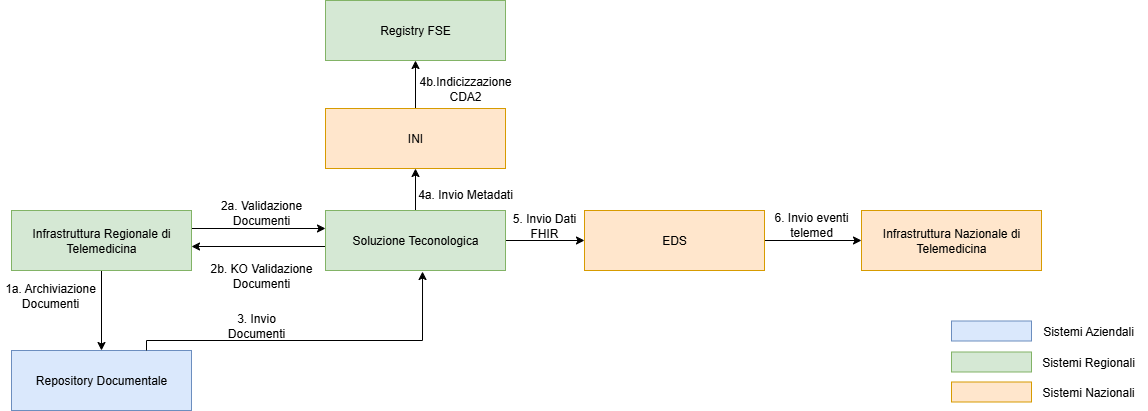
Earlier version of the draw.io export input/images/Flusso_Dati_PNT_IRT_v5.png (hl7-it/televisita). Source tidied: cells renumbered, new cells last; positions are measured from the earlier drawing's top-left corner, leaving out a move shared by most shapes. The source it was exported from:
```xml
<mxGraphModel>
  <root>
    <mxCell id="0" />
    <mxCell id="1" parent="0" />
    <mxCell id="2" style="edgeStyle=orthogonalEdgeStyle;rounded=0;jettySize=auto;html=1;exitX=0.5;exitY=1;exitDx=0;exitDy=0;entryX=0.5;entryY=0;entryDx=0;entryDy=0;" parent="1" edge="1" source="4" target="5">
      <mxGeometry relative="1" as="geometry" />
    </mxCell>
    <mxCell id="3" style="edgeStyle=orthogonalEdgeStyle;rounded=0;orthogonalLoop=1;jettySize=auto;html=1;exitX=1;exitY=0.25;exitDx=0;exitDy=0;entryX=0;entryY=0.25;entryDx=0;entryDy=0;" parent="1" edge="1">
      <mxGeometry relative="1" as="geometry">
        <mxPoint x="191" y="228" as="sourcePoint" />
        <mxPoint x="325" y="228" as="targetPoint" />
      </mxGeometry>
    </mxCell>
    <mxCell id="4" value="Infrastruttura Regionale di Telemedicina" style="rounded=0;whiteSpace=wrap;html=1;fillColor=#d5e8d4;strokeColor=#82b366;" parent="1" vertex="1">
      <mxGeometry x="11" y="210" width="180" height="60" as="geometry" />
    </mxCell>
    <mxCell id="5" value="Repository Documentale" style="rounded=0;whiteSpace=wrap;html=1;fillColor=#dae8fc;strokeColor=#6c8ebf;" parent="1" vertex="1">
      <mxGeometry x="11" y="350" width="180" height="60" as="geometry" />
    </mxCell>
    <mxCell id="6" value="1a. Archiviazione Documenti" style="text;html=1;align=center;verticalAlign=middle;whiteSpace=wrap;rounded=0;" parent="1" vertex="1">
      <mxGeometry y="280" width="100" height="30" as="geometry" />
    </mxCell>
    <mxCell id="7" style="edgeStyle=orthogonalEdgeStyle;rounded=0;orthogonalLoop=1;jettySize=auto;html=1;exitX=0;exitY=0.75;exitDx=0;exitDy=0;entryX=1;entryY=0.75;entryDx=0;entryDy=0;" parent="1" edge="1">
      <mxGeometry relative="1" as="geometry">
        <mxPoint x="341" y="246" as="sourcePoint" />
        <mxPoint x="191" y="246" as="targetPoint" />
      </mxGeometry>
    </mxCell>
    <mxCell id="8" style="edgeStyle=orthogonalEdgeStyle;rounded=0;jettySize=auto;html=1;exitX=0.5;exitY=0;exitDx=0;exitDy=0;entryX=0.5;entryY=1;entryDx=0;entryDy=0;" parent="1" edge="1" source="10" target="15">
      <mxGeometry relative="1" as="geometry" />
    </mxCell>
    <mxCell id="9" style="edgeStyle=orthogonalEdgeStyle;rounded=0;jettySize=auto;html=1;exitX=1;exitY=0.5;exitDx=0;exitDy=0;entryX=0;entryY=0.5;entryDx=0;entryDy=0;" parent="1" edge="1" source="10" target="20">
      <mxGeometry relative="1" as="geometry" />
    </mxCell>
    <mxCell id="10" value="Soluzione Teconologica" style="rounded=0;whiteSpace=wrap;html=1;fillColor=#d5e8d4;strokeColor=#82b366;" parent="1" vertex="1">
      <mxGeometry x="325" y="210" width="180" height="60" as="geometry" />
    </mxCell>
    <mxCell id="11" style="edgeStyle=orthogonalEdgeStyle;rounded=0;jettySize=auto;html=1;exitX=0.75;exitY=0;exitDx=0;exitDy=0;entryX=0.539;entryY=1.017;entryDx=0;entryDy=0;entryPerimeter=0;" parent="1" edge="1" source="5" target="10">
      <mxGeometry relative="1" as="geometry">
        <Array as="points">
          <mxPoint x="146" y="340" />
          <mxPoint x="422" y="340" />
        </Array>
      </mxGeometry>
    </mxCell>
    <mxCell id="12" value="3. Invio Documenti" style="text;html=1;align=center;verticalAlign=middle;whiteSpace=wrap;rounded=0;" parent="1" vertex="1">
      <mxGeometry x="206" y="310" width="100" height="30" as="geometry" />
    </mxCell>
    <mxCell id="13" value="2a. Validazione Documenti" style="text;html=1;align=center;verticalAlign=middle;whiteSpace=wrap;rounded=0;" parent="1" vertex="1">
      <mxGeometry x="211" y="197" width="100" height="30" as="geometry" />
    </mxCell>
    <mxCell id="14" style="edgeStyle=orthogonalEdgeStyle;rounded=0;jettySize=auto;html=1;exitX=0.5;exitY=0;exitDx=0;exitDy=0;entryX=0.5;entryY=1;entryDx=0;entryDy=0;entryPerimeter=0;" parent="1" edge="1" source="15" target="17">
      <mxGeometry relative="1" as="geometry" />
    </mxCell>
    <mxCell id="15" value="INI" style="rounded=0;whiteSpace=wrap;html=1;fillColor=#ffe6cc;strokeColor=#d79b00;" parent="1" vertex="1">
      <mxGeometry x="325" y="108" width="180" height="60" as="geometry" />
    </mxCell>
    <mxCell id="16" value="4a. Invio Metadati" style="text;html=1;align=center;verticalAlign=middle;whiteSpace=wrap;rounded=0;" parent="1" vertex="1">
      <mxGeometry x="415" y="179" width="100" height="30" as="geometry" />
    </mxCell>
    <mxCell id="17" value="Registry FSE" style="rounded=0;whiteSpace=wrap;html=1;fillColor=#d5e8d4;strokeColor=#82b366;" parent="1" vertex="1">
      <mxGeometry x="325" width="180" height="60" as="geometry" />
    </mxCell>
    <mxCell id="18" value="4b.Indicizzazione CDA2" style="text;html=1;align=center;verticalAlign=middle;whiteSpace=wrap;rounded=0;" parent="1" vertex="1">
      <mxGeometry x="415" y="73" width="100" height="30" as="geometry" />
    </mxCell>
    <mxCell id="19" style="edgeStyle=orthogonalEdgeStyle;rounded=0;jettySize=auto;html=1;exitX=1;exitY=0.5;exitDx=0;exitDy=0;" parent="1" edge="1" source="20" target="22">
      <mxGeometry relative="1" as="geometry" />
    </mxCell>
    <mxCell id="20" value="EDS" style="rounded=0;whiteSpace=wrap;html=1;fillColor=#ffe6cc;strokeColor=#d79b00;" parent="1" vertex="1">
      <mxGeometry x="584" y="210" width="180" height="60" as="geometry" />
    </mxCell>
    <mxCell id="21" value="5. Invio Dati FHIR" style="text;html=1;align=center;verticalAlign=middle;whiteSpace=wrap;rounded=0;" parent="1" vertex="1">
      <mxGeometry x="509" y="210" width="70" height="30" as="geometry" />
    </mxCell>
    <mxCell id="22" value="Infrastruttura Nazionale di Telemedicina" style="rounded=0;whiteSpace=wrap;html=1;fillColor=#ffe6cc;strokeColor=#d79b00;" parent="1" vertex="1">
      <mxGeometry x="861" y="210" width="180" height="60" as="geometry" />
    </mxCell>
    <mxCell id="23" value="6. Invio eventi telemed" style="text;html=1;align=center;verticalAlign=middle;whiteSpace=wrap;rounded=0;" parent="1" vertex="1">
      <mxGeometry x="767" y="209" width="88" height="30" as="geometry" />
    </mxCell>
    <mxCell id="24" style="rounded=0;whiteSpace=wrap;html=1;fillColor=#dae8fc;strokeColor=#6c8ebf;" parent="1" vertex="1">
      <mxGeometry x="951" y="320.5" width="80" height="20" as="geometry" />
    </mxCell>
    <mxCell id="25" value="Sistemi Aziendali" style="text;html=1;align=center;verticalAlign=middle;whiteSpace=wrap;rounded=0;" parent="1" vertex="1">
      <mxGeometry x="1028" y="315.5" width="120" height="30" as="geometry" />
    </mxCell>
    <mxCell id="26" style="rounded=0;whiteSpace=wrap;html=1;fillColor=#d5e8d4;strokeColor=#82b366;" parent="1" vertex="1">
      <mxGeometry x="951" y="351.5" width="80" height="20" as="geometry" />
    </mxCell>
    <mxCell id="27" value="Sistemi Regionali" style="text;html=1;align=center;verticalAlign=middle;whiteSpace=wrap;rounded=0;" parent="1" vertex="1">
      <mxGeometry x="1028" y="346.5" width="120" height="30" as="geometry" />
    </mxCell>
    <mxCell id="28" style="rounded=0;whiteSpace=wrap;html=1;fillColor=#ffe6cc;strokeColor=#d79b00;" parent="1" vertex="1">
      <mxGeometry x="951" y="381.5" width="80" height="20" as="geometry" />
    </mxCell>
    <mxCell id="29" value="Sistemi Nazionali" style="text;html=1;align=center;verticalAlign=middle;whiteSpace=wrap;rounded=0;" parent="1" vertex="1">
      <mxGeometry x="1028" y="376.5" width="120" height="30" as="geometry" />
    </mxCell>
    <mxCell id="30" value="2b. KO Validazione Documenti" style="text;html=1;align=center;verticalAlign=middle;whiteSpace=wrap;rounded=0;" parent="1" vertex="1">
      <mxGeometry x="206" y="260" width="110" height="30" as="geometry" />
    </mxCell>
  </root>
</mxGraphModel>
```
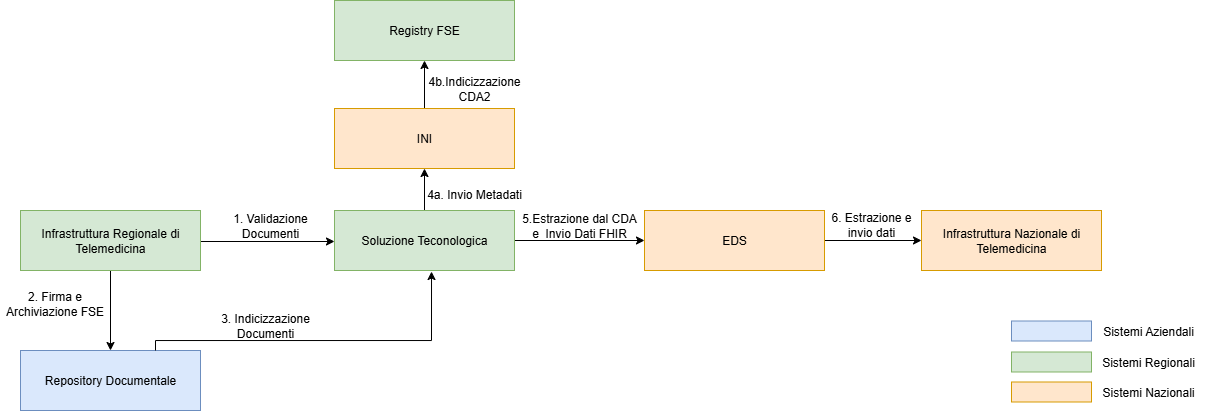
The same diagram one commit later.

Diff of the diagram source:
```diff
@@ -7,8 +7,8 @@
     </mxCell>
     <mxCell id="3" style="edgeStyle=orthogonalEdgeStyle;rounded=0;orthogonalLoop=1;jettySize=auto;html=1;exitX=1;exitY=0.25;exitDx=0;exitDy=0;entryX=0;entryY=0.25;entryDx=0;entryDy=0;" parent="1" edge="1">
       <mxGeometry relative="1" as="geometry">
-        <mxPoint x="191" y="228" as="sourcePoint" />
-        <mxPoint x="325" y="228" as="targetPoint" />
+        <mxPoint x="191" y="241" as="sourcePoint" />
+        <mxPoint x="325" y="241" as="targetPoint" />
       </mxGeometry>
     </mxCell>
     <mxCell id="4" value="Infrastruttura Regionale di Telemedicina" style="rounded=0;whiteSpace=wrap;html=1;fillColor=#d5e8d4;strokeColor=#82b366;" parent="1" vertex="1">
@@ -17,15 +17,9 @@
     <mxCell id="5" value="Repository Documentale" style="rounded=0;whiteSpace=wrap;html=1;fillColor=#dae8fc;strokeColor=#6c8ebf;" parent="1" vertex="1">
       <mxGeometry x="11" y="350" width="180" height="60" as="geometry" />
     </mxCell>
-    <mxCell id="6" value="1a. Archiviazione Documenti" style="text;html=1;align=center;verticalAlign=middle;whiteSpace=wrap;rounded=0;" parent="1" vertex="1">
-      <mxGeometry y="280" width="100" height="30" as="geometry" />
+    <mxCell id="6" value="2. Firma e Archiviazione FSE" style="text;html=1;align=center;verticalAlign=middle;whiteSpace=wrap;rounded=0;" parent="1" vertex="1">
+      <mxGeometry x="-9" y="288" width="109" height="30" as="geometry" />
     </mxCell>
-    <mxCell id="7" style="edgeStyle=orthogonalEdgeStyle;rounded=0;orthogonalLoop=1;jettySize=auto;html=1;exitX=0;exitY=0.75;exitDx=0;exitDy=0;entryX=1;entryY=0.75;entryDx=0;entryDy=0;" parent="1" edge="1">
-      <mxGeometry relative="1" as="geometry">
-        <mxPoint x="341" y="246" as="sourcePoint" />
-        <mxPoint x="191" y="246" as="targetPoint" />
-      </mxGeometry>
-    </mxCell>
     <mxCell id="8" style="edgeStyle=orthogonalEdgeStyle;rounded=0;jettySize=auto;html=1;exitX=0.5;exitY=0;exitDx=0;exitDy=0;entryX=0.5;entryY=1;entryDx=0;entryDy=0;" parent="1" edge="1" source="10" target="15">
       <mxGeometry relative="1" as="geometry" />
     </mxCell>
@@ -43,11 +37,11 @@
         </Array>
       </mxGeometry>
     </mxCell>
-    <mxCell id="12" value="3. Invio Documenti" style="text;html=1;align=center;verticalAlign=middle;whiteSpace=wrap;rounded=0;" parent="1" vertex="1">
+    <mxCell id="12" value="3. Indicizzazione Documenti" style="text;html=1;align=center;verticalAlign=middle;whiteSpace=wrap;rounded=0;" parent="1" vertex="1">
       <mxGeometry x="206" y="310" width="100" height="30" as="geometry" />
     </mxCell>
-    <mxCell id="13" value="2a. Validazione Documenti" style="text;html=1;align=center;verticalAlign=middle;whiteSpace=wrap;rounded=0;" parent="1" vertex="1">
-      <mxGeometry x="211" y="197" width="100" height="30" as="geometry" />
+    <mxCell id="13" value="1. Validazione Documenti" style="text;html=1;align=center;verticalAlign=middle;whiteSpace=wrap;rounded=0;" parent="1" vertex="1">
+      <mxGeometry x="211" y="210" width="100" height="30" as="geometry" />
     </mxCell>
     <mxCell id="14" style="edgeStyle=orthogonalEdgeStyle;rounded=0;jettySize=auto;html=1;exitX=0.5;exitY=0;exitDx=0;exitDy=0;entryX=0.5;entryY=1;entryDx=0;entryDy=0;entryPerimeter=0;" parent="1" edge="1" source="15" target="17">
       <mxGeometry relative="1" as="geometry" />
@@ -68,37 +62,34 @@
       <mxGeometry relative="1" as="geometry" />
     </mxCell>
     <mxCell id="20" value="EDS" style="rounded=0;whiteSpace=wrap;html=1;fillColor=#ffe6cc;strokeColor=#d79b00;" parent="1" vertex="1">
-      <mxGeometry x="584" y="210" width="180" height="60" as="geometry" />
+      <mxGeometry x="635" y="210" width="180" height="60" as="geometry" />
     </mxCell>
-    <mxCell id="21" value="5. Invio Dati FHIR" style="text;html=1;align=center;verticalAlign=middle;whiteSpace=wrap;rounded=0;" parent="1" vertex="1">
-      <mxGeometry x="509" y="210" width="70" height="30" as="geometry" />
+    <mxCell id="21" value="5.Estrazione dal CDA e&amp;nbsp; Invio Dati FHIR" style="text;html=1;align=center;verticalAlign=middle;whiteSpace=wrap;rounded=0;" parent="1" vertex="1">
+      <mxGeometry x="509" y="210" width="122" height="30" as="geometry" />
     </mxCell>
     <mxCell id="22" value="Infrastruttura Nazionale di Telemedicina" style="rounded=0;whiteSpace=wrap;html=1;fillColor=#ffe6cc;strokeColor=#d79b00;" parent="1" vertex="1">
-      <mxGeometry x="861" y="210" width="180" height="60" as="geometry" />
+      <mxGeometry x="912" y="210" width="180" height="60" as="geometry" />
     </mxCell>
-    <mxCell id="23" value="6. Invio eventi telemed" style="text;html=1;align=center;verticalAlign=middle;whiteSpace=wrap;rounded=0;" parent="1" vertex="1">
-      <mxGeometry x="767" y="209" width="88" height="30" as="geometry" />
+    <mxCell id="23" value="6. Estrazione e invio dati" style="text;html=1;align=center;verticalAlign=middle;whiteSpace=wrap;rounded=0;" parent="1" vertex="1">
+      <mxGeometry x="818" y="209" width="88" height="30" as="geometry" />
     </mxCell>
     <mxCell id="24" style="rounded=0;whiteSpace=wrap;html=1;fillColor=#dae8fc;strokeColor=#6c8ebf;" parent="1" vertex="1">
-      <mxGeometry x="951" y="320.5" width="80" height="20" as="geometry" />
+      <mxGeometry x="1002" y="320.5" width="80" height="20" as="geometry" />
     </mxCell>
     <mxCell id="25" value="Sistemi Aziendali" style="text;html=1;align=center;verticalAlign=middle;whiteSpace=wrap;rounded=0;" parent="1" vertex="1">
-      <mxGeometry x="1028" y="315.5" width="120" height="30" as="geometry" />
+      <mxGeometry x="1079" y="315.5" width="120" height="30" as="geometry" />
     </mxCell>
     <mxCell id="26" style="rounded=0;whiteSpace=wrap;html=1;fillColor=#d5e8d4;strokeColor=#82b366;" parent="1" vertex="1">
-      <mxGeometry x="951" y="351.5" width="80" height="20" as="geometry" />
+      <mxGeometry x="1002" y="351.5" width="80" height="20" as="geometry" />
     </mxCell>
     <mxCell id="27" value="Sistemi Regionali" style="text;html=1;align=center;verticalAlign=middle;whiteSpace=wrap;rounded=0;" parent="1" vertex="1">
-      <mxGeometry x="1028" y="346.5" width="120" height="30" as="geometry" />
+      <mxGeometry x="1079" y="346.5" width="120" height="30" as="geometry" />
     </mxCell>
     <mxCell id="28" style="rounded=0;whiteSpace=wrap;html=1;fillColor=#ffe6cc;strokeColor=#d79b00;" parent="1" vertex="1">
-      <mxGeometry x="951" y="381.5" width="80" height="20" as="geometry" />
+      <mxGeometry x="1002" y="381.5" width="80" height="20" as="geometry" />
     </mxCell>
     <mxCell id="29" value="Sistemi Nazionali" style="text;html=1;align=center;verticalAlign=middle;whiteSpace=wrap;rounded=0;" parent="1" vertex="1">
-      <mxGeometry x="1028" y="376.5" width="120" height="30" as="geometry" />
+      <mxGeometry x="1079" y="376.5" width="120" height="30" as="geometry" />
     </mxCell>
-    <mxCell id="30" value="2b. KO Validazione Documenti" style="text;html=1;align=center;verticalAlign=middle;whiteSpace=wrap;rounded=0;" parent="1" vertex="1">
-      <mxGeometry x="206" y="260" width="110" height="30" as="geometry" />
-    </mxCell>
   </root>
 </mxGraphModel>
```
